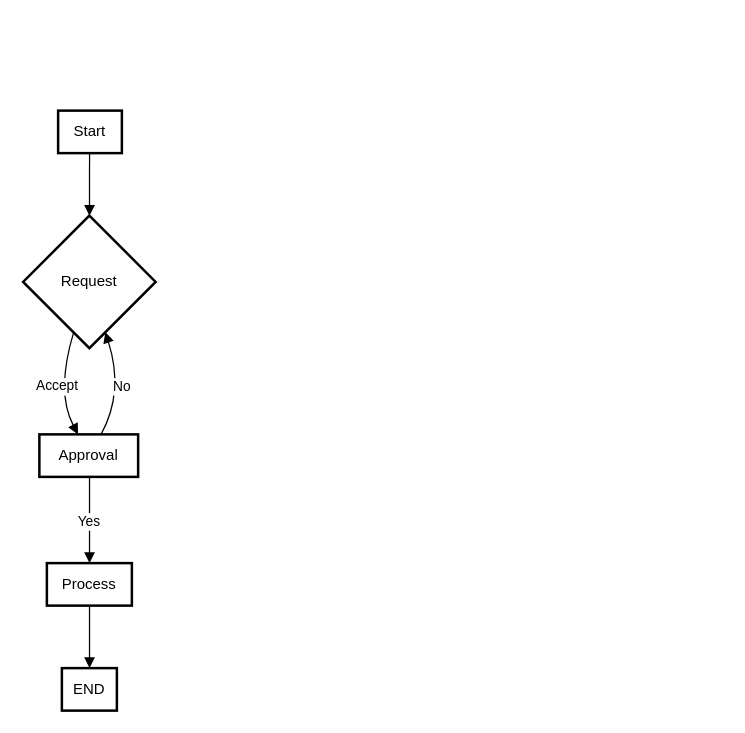
The draw.io diagram MPL Stock Update Feb 2024.drawio in hulyo-firmansyah/mesinmp-dbdiagram, before the edit. Source tidied: cells renumbered, new cells numbered last; positions are measured from the earlier drawing's top-left corner, leaving out a move shared by most shapes. Both pictures are drawn from the tidied source at 125%, with x=0, y=0 at pixel (22, 110).
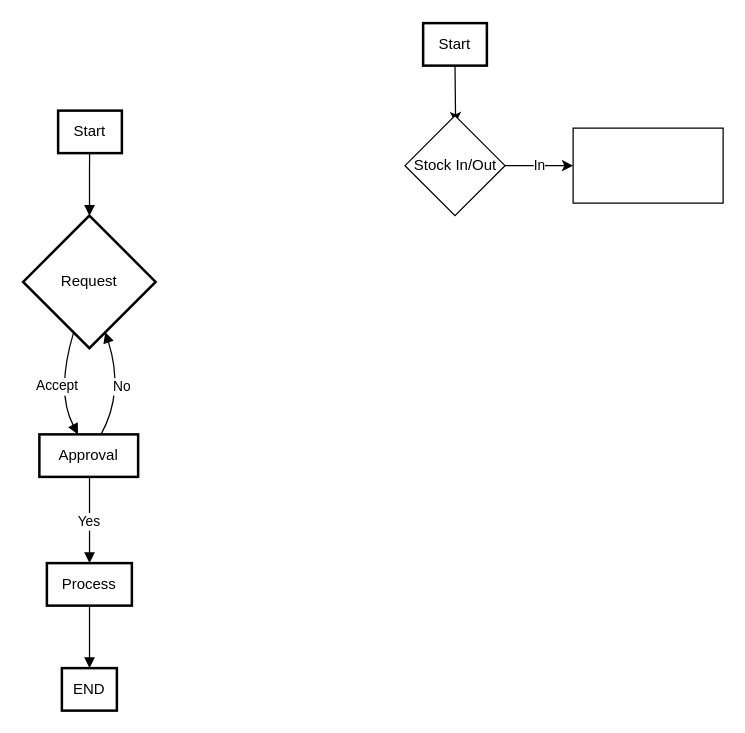
The same page after the edit.

The edit, as a diff of the source:
```diff
@@
+    <mxCell id="12" value="Start" style="whiteSpace=wrap;strokeWidth=2;" parent="1" vertex="1">
+      <mxGeometry x="320" y="-70" width="51" height="34" as="geometry" />
+    </mxCell>
+    <mxCell id="13" style="endArrow=classic;html=1;rounded=0;exitX=0.5;exitY=1;exitDx=0;exitDy=0;" parent="1" edge="1" source="12">
+      <mxGeometry relative="1" as="geometry">
+        <mxPoint x="346" y="10" as="targetPoint" />
+      </mxGeometry>
+    </mxCell>
+    <mxCell id="14" value="Stock In/Out" style="rhombus;whiteSpace=wrap;html=1;" parent="1" vertex="1">
+      <mxGeometry x="305.5" y="4" width="80" height="80" as="geometry" />
+    </mxCell>
+    <mxCell id="15" value="In" style="endArrow=classic;html=1;rounded=0;exitX=1;exitY=0.5;exitDx=0;exitDy=0;" parent="1" edge="1" source="14">
+      <mxGeometry relative="1" as="geometry">
+        <mxPoint x="440" y="44" as="targetPoint" />
+      </mxGeometry>
+    </mxCell>
+    <mxCell id="16" style="rounded=0;whiteSpace=wrap;html=1;" parent="1" vertex="1">
+      <mxGeometry x="440" y="14" width="120" height="60" as="geometry" />
+    </mxCell>
```
